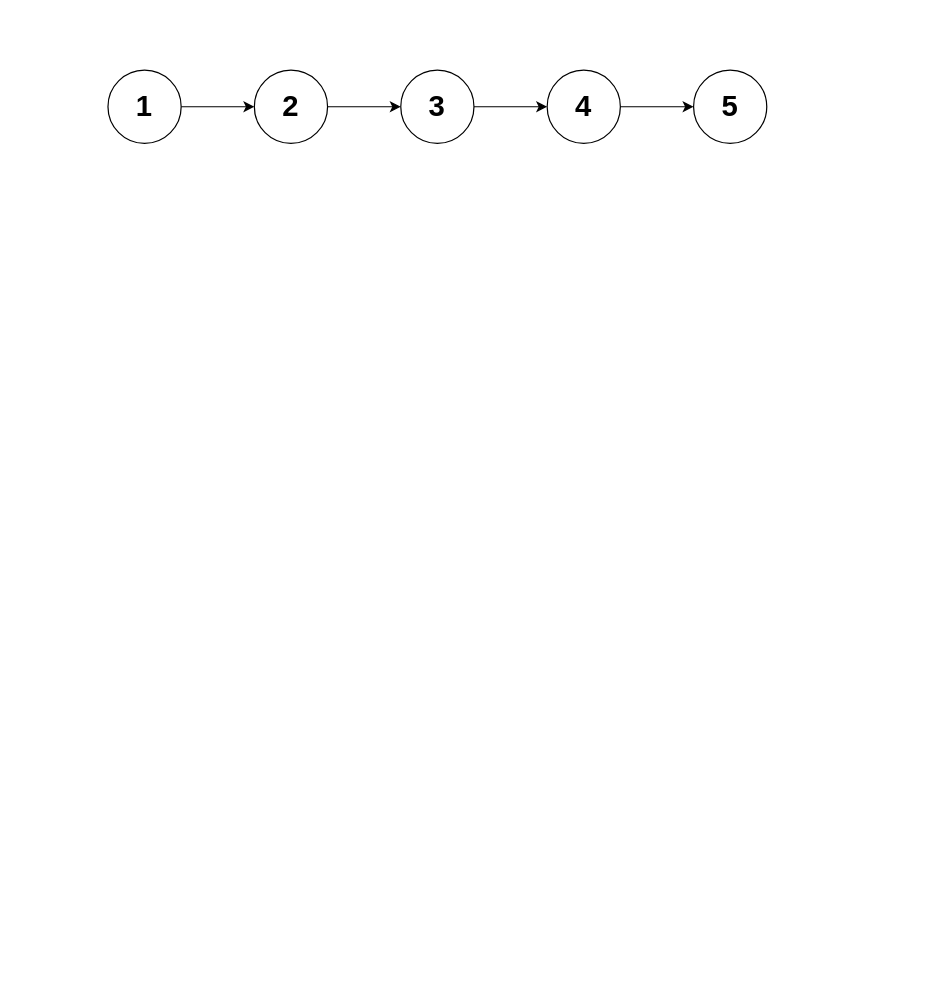
staconfree/design keeps this draw.io diagram as 链式结构根据配置自动变成树状结构.drawio. Above is the earlier version. Source tidied: cells renumbered, new cells numbered last; positions are measured from the earlier drawing's top-left corner, leaving out a move shared by most shapes. Both pictures are drawn from the tidied source at 122%, with x=0, y=0 at pixel (107, 70).
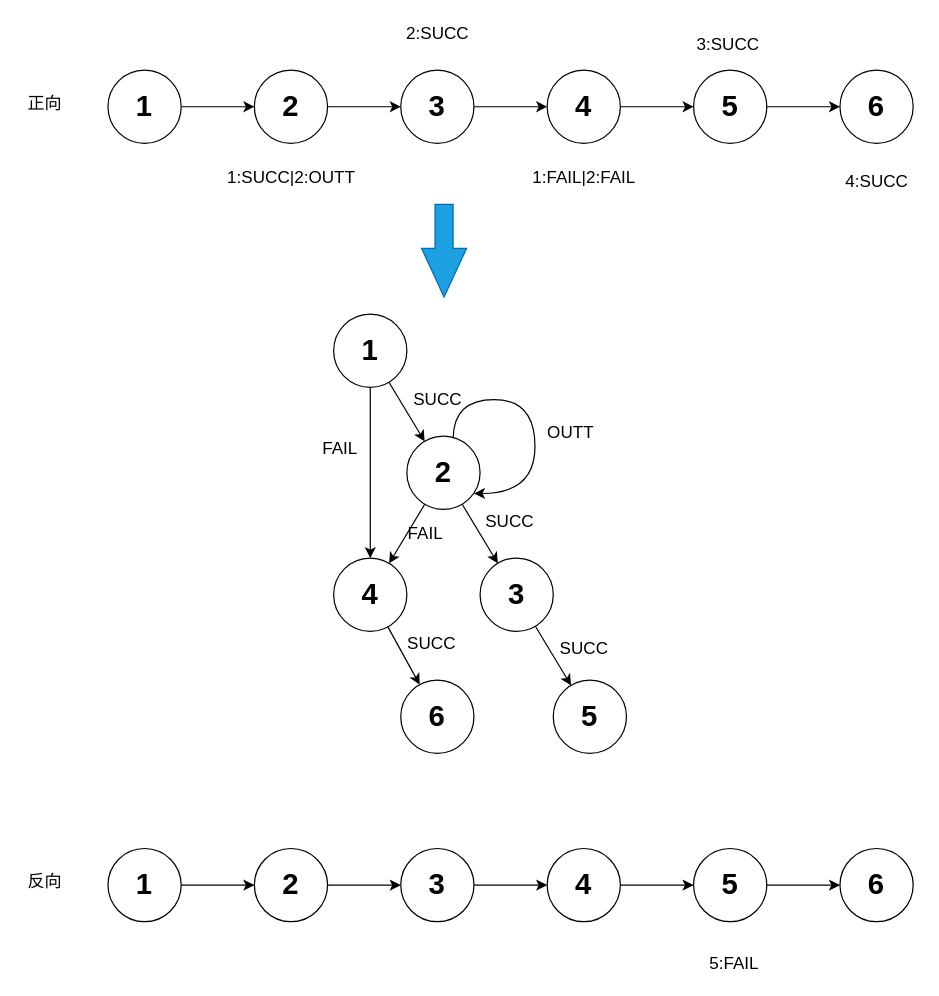
Above is the later version.

Commit message:
更新链式结构根据配置自动变成树状结构.drawio

The change refers to these unchanged cells:
```xml
<mxCell id="10" value="5" style="ellipse;whiteSpace=wrap;html=1;fontSize=24;fontStyle=1;" parent="1" vertex="1">
  <mxGeometry x="480" width="60" height="60" as="geometry" />
</mxCell>
```

The edit, as a diff of the source:
```diff
@@
+    <mxCell id="11" style="edgeStyle=orthogonalEdgeStyle;rounded=0;jettySize=auto;html=1;entryX=0;entryY=0.5;entryDx=0;entryDy=0;fontSize=24;" parent="1" edge="1" source="10" target="12">
+      <mxGeometry relative="1" as="geometry" />
+    </mxCell>
@@
+    <mxCell id="12" value="6" style="ellipse;whiteSpace=wrap;html=1;fontSize=24;fontStyle=1;" parent="1" vertex="1">
+      <mxGeometry x="600" width="60" height="60" as="geometry" />
+    </mxCell>
+    <mxCell id="13" value="1:SUCC|2:OUTT" style="text;html=1;align=center;verticalAlign=middle;fontSize=14;" parent="1" vertex="1">
+      <mxGeometry x="90" y="78" width="120" height="20" as="geometry" />
+    </mxCell>
+    <mxCell id="14" value="2:SUCC" style="text;html=1;align=center;verticalAlign=middle;fontSize=14;" parent="1" vertex="1">
+      <mxGeometry x="235" y="-40" width="70" height="20" as="geometry" />
+    </mxCell>
+    <mxCell id="15" value="1:FAIL|2:FAIL" style="text;html=1;align=center;verticalAlign=middle;fontSize=14;" parent="1" vertex="1">
+      <mxGeometry x="340" y="78" width="100" height="20" as="geometry" />
+    </mxCell>
+    <mxCell id="16" value="3:SUCC" style="text;html=1;align=center;verticalAlign=middle;fontSize=14;" parent="1" vertex="1">
+      <mxGeometry x="473" y="-31" width="70" height="20" as="geometry" />
+    </mxCell>
+    <mxCell id="17" value="4:SUCC" style="text;html=1;align=center;verticalAlign=middle;fontSize=14;" parent="1" vertex="1">
+      <mxGeometry x="595" y="81" width="70" height="20" as="geometry" />
+    </mxCell>
+    <mxCell id="18" style="rounded=0;jettySize=auto;html=1;fontSize=14;" parent="1" edge="1" source="20" target="24">
+      <mxGeometry relative="1" as="geometry" />
+    </mxCell>
+    <mxCell id="19" style="edgeStyle=orthogonalEdgeStyle;curved=1;rounded=0;jettySize=auto;html=1;fontSize=14;" parent="1" edge="1" source="20" target="30">
+      <mxGeometry relative="1" as="geometry" />
+    </mxCell>
+    <mxCell id="20" value="1" style="ellipse;whiteSpace=wrap;html=1;fontSize=24;fontStyle=1;" parent="1" vertex="1">
+      <mxGeometry x="185" y="200" width="60" height="60" as="geometry" />
+    </mxCell>
+    <mxCell id="21" style="edgeStyle=none;rounded=0;jettySize=auto;html=1;fontSize=14;" parent="1" edge="1" source="24" target="27">
+      <mxGeometry relative="1" as="geometry" />
+    </mxCell>
+    <mxCell id="22" style="edgeStyle=none;rounded=0;jettySize=auto;html=1;fontSize=14;" parent="1" edge="1" source="24" target="30">
+      <mxGeometry relative="1" as="geometry" />
+    </mxCell>
+    <mxCell id="23" style="edgeStyle=orthogonalEdgeStyle;rounded=0;jettySize=auto;html=1;fontSize=14;exitX=0.633;exitY=0.033;exitDx=0;exitDy=0;exitPerimeter=0;curved=1;" parent="1" edge="1" source="24">
+      <mxGeometry relative="1" as="geometry">
+        <mxPoint x="300" y="347" as="targetPoint" />
+        <Array as="points">
+          <mxPoint x="283" y="270" />
+          <mxPoint x="350" y="270" />
+          <mxPoint x="350" y="347" />
+        </Array>
+      </mxGeometry>
+    </mxCell>
+    <mxCell id="24" value="2" style="ellipse;whiteSpace=wrap;html=1;fontSize=24;fontStyle=1;" parent="1" vertex="1">
+      <mxGeometry x="245" y="300" width="60" height="60" as="geometry" />
+    </mxCell>
+    <mxCell id="25" value="&lt;div&gt;SUCC&lt;/div&gt;" style="text;html=1;align=center;verticalAlign=middle;fontSize=14;" parent="1" vertex="1">
+      <mxGeometry x="245" y="260" width="50" height="20" as="geometry" />
+    </mxCell>
+    <mxCell id="26" style="edgeStyle=none;rounded=0;jettySize=auto;html=1;fontSize=14;" parent="1" edge="1" source="27" target="32">
+      <mxGeometry relative="1" as="geometry" />
+    </mxCell>
+    <mxCell id="27" value="3" style="ellipse;whiteSpace=wrap;html=1;fontSize=24;fontStyle=1;" parent="1" vertex="1">
+      <mxGeometry x="305" y="400" width="60" height="60" as="geometry" />
+    </mxCell>
+    <mxCell id="28" value="SUCC" style="text;html=1;align=center;verticalAlign=middle;fontSize=14;" parent="1" vertex="1">
+      <mxGeometry x="304" y="360" width="50" height="20" as="geometry" />
+    </mxCell>
+    <mxCell id="29" style="edgeStyle=none;rounded=0;jettySize=auto;html=1;fontSize=14;" parent="1" edge="1" source="30" target="34">
+      <mxGeometry relative="1" as="geometry" />
+    </mxCell>
+    <mxCell id="30" value="4" style="ellipse;whiteSpace=wrap;html=1;fontSize=24;fontStyle=1;" parent="1" vertex="1">
+      <mxGeometry x="185" y="400" width="60" height="60" as="geometry" />
+    </mxCell>
+    <mxCell id="31" value="FAIL" style="text;html=1;align=center;verticalAlign=middle;fontSize=14;" parent="1" vertex="1">
+      <mxGeometry x="240" y="370" width="40" height="20" as="geometry" />
+    </mxCell>
+    <mxCell id="32" value="5" style="ellipse;whiteSpace=wrap;html=1;fontSize=24;fontStyle=1;" parent="1" vertex="1">
+      <mxGeometry x="365" y="500" width="60" height="60" as="geometry" />
+    </mxCell>
+    <mxCell id="33" value="SUCC" style="text;html=1;align=center;verticalAlign=middle;fontSize=14;" parent="1" vertex="1">
+      <mxGeometry x="365" y="464" width="50" height="20" as="geometry" />
+    </mxCell>
+    <mxCell id="34" value="6" style="ellipse;whiteSpace=wrap;html=1;fontSize=24;fontStyle=1;" parent="1" vertex="1">
+      <mxGeometry x="240" y="500" width="60" height="60" as="geometry" />
+    </mxCell>
+    <mxCell id="35" value="SUCC" style="text;html=1;align=center;verticalAlign=middle;fontSize=14;" parent="1" vertex="1">
+      <mxGeometry x="240" y="460" width="50" height="20" as="geometry" />
+    </mxCell>
+    <mxCell id="36" value="OUTT" style="text;html=1;align=center;verticalAlign=middle;fontSize=14;" parent="1" vertex="1">
+      <mxGeometry x="354" y="287" width="50" height="20" as="geometry" />
+    </mxCell>
+    <mxCell id="37" value="FAIL" style="text;html=1;align=center;verticalAlign=middle;fontSize=14;" parent="1" vertex="1">
+      <mxGeometry x="170" y="300" width="40" height="20" as="geometry" />
+    </mxCell>
+    <mxCell id="38" value="正向" style="text;html=1;align=center;verticalAlign=middle;fontSize=14;" parent="1" vertex="1">
+      <mxGeometry x="-71" y="16" width="38" height="21" as="geometry" />
+    </mxCell>
+    <mxCell id="39" style="edgeStyle=orthogonalEdgeStyle;rounded=0;jettySize=auto;html=1;entryX=0;entryY=0.5;entryDx=0;entryDy=0;" parent="1" edge="1" source="40" target="42">
+      <mxGeometry relative="1" as="geometry" />
+    </mxCell>
+    <mxCell id="40" value="1" style="ellipse;whiteSpace=wrap;html=1;fontSize=24;fontStyle=1;" parent="1" vertex="1">
+      <mxGeometry y="638" width="60" height="60" as="geometry" />
+    </mxCell>
+    <mxCell id="41" style="edgeStyle=orthogonalEdgeStyle;rounded=0;jettySize=auto;html=1;entryX=0;entryY=0.5;entryDx=0;entryDy=0;" parent="1" edge="1" source="42" target="44">
+      <mxGeometry relative="1" as="geometry" />
+    </mxCell>
+    <mxCell id="42" value="2" style="ellipse;whiteSpace=wrap;html=1;fontSize=24;fontStyle=1;" parent="1" vertex="1">
+      <mxGeometry x="120" y="638" width="60" height="60" as="geometry" />
+    </mxCell>
+    <mxCell id="43" style="edgeStyle=orthogonalEdgeStyle;rounded=0;jettySize=auto;html=1;entryX=0;entryY=0.5;entryDx=0;entryDy=0;" parent="1" edge="1" source="44" target="46">
+      <mxGeometry relative="1" as="geometry" />
+    </mxCell>
+    <mxCell id="44" value="3" style="ellipse;whiteSpace=wrap;html=1;fontSize=24;fontStyle=1;" parent="1" vertex="1">
+      <mxGeometry x="240" y="638" width="60" height="60" as="geometry" />
+    </mxCell>
+    <mxCell id="45" style="edgeStyle=orthogonalEdgeStyle;rounded=0;jettySize=auto;html=1;entryX=0;entryY=0.5;entryDx=0;entryDy=0;" parent="1" edge="1" source="46" target="48">
+      <mxGeometry relative="1" as="geometry" />
+    </mxCell>
+    <mxCell id="46" value="4" style="ellipse;whiteSpace=wrap;html=1;fontSize=24;fontStyle=1;" parent="1" vertex="1">
+      <mxGeometry x="360" y="638" width="60" height="60" as="geometry" />
+    </mxCell>
+    <mxCell id="47" style="edgeStyle=orthogonalEdgeStyle;rounded=0;jettySize=auto;html=1;entryX=0;entryY=0.5;entryDx=0;entryDy=0;fontSize=24;" parent="1" edge="1" source="48" target="49">
+      <mxGeometry relative="1" as="geometry" />
+    </mxCell>
+    <mxCell id="48" value="5" style="ellipse;whiteSpace=wrap;html=1;fontSize=24;fontStyle=1;" parent="1" vertex="1">
+      <mxGeometry x="480" y="638" width="60" height="60" as="geometry" />
+    </mxCell>
+    <mxCell id="49" value="6" style="ellipse;whiteSpace=wrap;html=1;fontSize=24;fontStyle=1;" parent="1" vertex="1">
+      <mxGeometry x="600" y="638" width="60" height="60" as="geometry" />
+    </mxCell>
+    <mxCell id="50" value="反向" style="text;html=1;align=center;verticalAlign=middle;fontSize=14;" parent="1" vertex="1">
+      <mxGeometry x="-71" y="654" width="38" height="21" as="geometry" />
+    </mxCell>
+    <mxCell id="51" value="5:FAIL" style="text;html=1;align=center;verticalAlign=middle;fontSize=14;" parent="1" vertex="1">
+      <mxGeometry x="488" y="721" width="50" height="21" as="geometry" />
+    </mxCell>
+    <mxCell id="52" style="html=1;shadow=0;dashed=0;align=center;verticalAlign=middle;shape=mxgraph.arrows2.arrow;dy=0.6;dx=40;direction=south;notch=0;fontSize=14;fillColor=#1ba1e2;strokeColor=#006EAF;fontColor=#ffffff;" parent="1" vertex="1">
+      <mxGeometry x="257" y="110" width="37" height="76" as="geometry" />
+    </mxCell>
```
